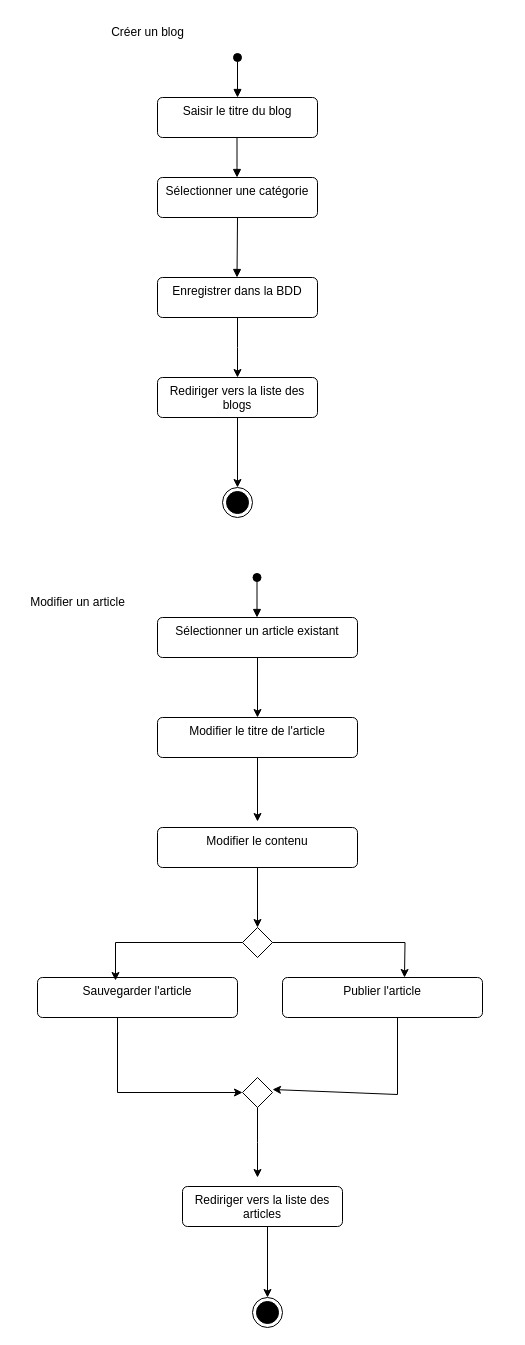
Before: page "Diagramme d'activité" (6 of 9) of Diagramme sans nom.drawio in Ali0908/BDD_UML, a draw.io diagram. Source tidied: cells renumbered, new cells numbered last; positions are measured from the earlier drawing's top-left corner, leaving out a move shared by most shapes. Both pictures are drawn from the tidied source at 100%, with x=0, y=0 at pixel (17, 17).
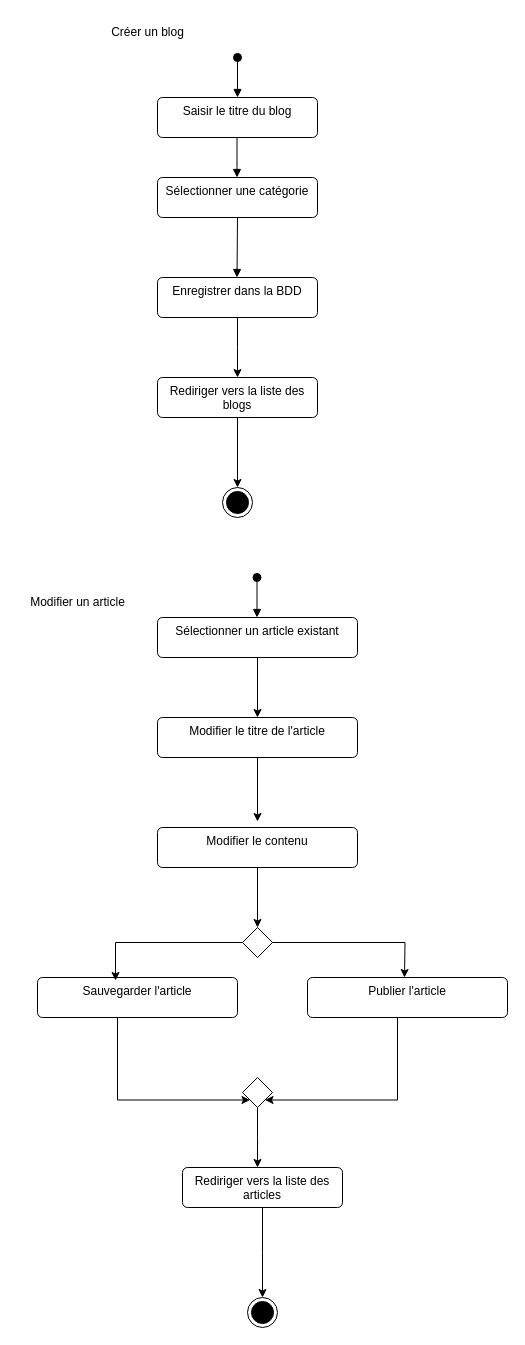
Above is the later version.

Commit message:
MAJ diagramme d'activité

The change refers to these unchanged cells:
```xml
<mxCell id="20" value="Sauvegarder l'article" style="html=1;align=center;verticalAlign=top;rounded=1;absoluteArcSize=1;arcSize=10;dashed=0;whiteSpace=wrap;" parent="1" vertex="1">
  <mxGeometry x="20" y="960" width="200" height="40" as="geometry" />
</mxCell>
<mxCell id="31" style="rhombus;" parent="1" vertex="1">
  <mxGeometry x="225" y="1060" width="30" height="30" as="geometry" />
</mxCell>
```

Change to the diagram source:
```diff
@@
-    <mxCell id="19" style="edgeStyle=orthogonalEdgeStyle;rounded=0;jettySize=auto;html=1;entryX=0;entryY=0.5;entryDx=0;entryDy=0;" parent="1" edge="1" source="20" target="31">
+    <mxCell id="19" style="edgeStyle=orthogonalEdgeStyle;rounded=0;jettySize=auto;html=1;entryX=0;entryY=1;entryDx=0;entryDy=0;" parent="1" edge="1" source="20" target="31">
       <mxGeometry relative="1" as="geometry">
         <Array as="points">
-          <mxPoint x="100" y="1075" />
+          <mxPoint x="100" y="1083" />
         </Array>
       </mxGeometry>
     </mxCell>
@@
+    <mxCell id="33" style="edgeStyle=orthogonalEdgeStyle;rounded=0;jettySize=auto;html=1;entryX=1;entryY=1;entryDx=0;entryDy=0;" parent="1" edge="1" source="21" target="31">
+      <mxGeometry relative="1" as="geometry">
+        <Array as="points">
+          <mxPoint x="380" y="1083" />
+        </Array>
+      </mxGeometry>
+    </mxCell>
     <mxCell id="21" value="Publier l'article" style="html=1;align=center;verticalAlign=top;rounded=1;absoluteArcSize=1;arcSize=10;dashed=0;whiteSpace=wrap;" parent="1" vertex="1">
-      <mxGeometry x="265" y="960" width="200" height="40" as="geometry" />
+      <mxGeometry x="290" y="960" width="200" height="40" as="geometry" />
     </mxCell>
     <mxCell id="22" style="ellipse;html=1;shape=endState;fillColor=strokeColor;" parent="1" vertex="1">
-      <mxGeometry x="235" y="1280" width="30" height="30" as="geometry" />
+      <mxGeometry x="230" y="1280" width="30" height="30" as="geometry" />
     </mxCell>
-    <mxCell id="23" style="edgeStyle=orthogonalEdgeStyle;rounded=0;jettySize=auto;html=1;entryX=0.5;entryY=0;entryDx=0;entryDy=0;" parent="1" edge="1" source="24" target="22">
-      <mxGeometry relative="1" as="geometry">
-        <Array as="points">
-          <mxPoint x="250" y="1280" />
-        </Array>
-      </mxGeometry>
-    </mxCell>
+    <mxCell id="34" style="edgeStyle=orthogonalEdgeStyle;rounded=0;jettySize=auto;html=1;" parent="1" edge="1" source="24">
+      <mxGeometry relative="1" as="geometry">
+        <mxPoint x="245" y="1280" as="targetPoint" />
+      </mxGeometry>
+    </mxCell>
     <mxCell id="24" value="Rediriger vers la liste des articles" style="html=1;align=center;verticalAlign=top;rounded=1;absoluteArcSize=1;arcSize=10;dashed=0;whiteSpace=wrap;" parent="1" vertex="1">
-      <mxGeometry x="165" y="1169" width="160" height="40" as="geometry" />
+      <mxGeometry x="165" y="1150" width="160" height="40" as="geometry" />
     </mxCell>
@@
-    <mxCell id="30" style="edgeStyle=orthogonalEdgeStyle;rounded=0;jettySize=auto;html=1;exitX=0.5;exitY=1;exitDx=0;exitDy=0;" parent="1" edge="1" source="31">
-      <mxGeometry relative="1" as="geometry">
-        <mxPoint x="240" y="1160" as="targetPoint" />
-      </mxGeometry>
-    </mxCell>
+    <mxCell id="35" style="edgeStyle=orthogonalEdgeStyle;rounded=0;jettySize=auto;html=1;" parent="1" edge="1" source="31">
+      <mxGeometry relative="1" as="geometry">
+        <mxPoint x="240" y="1150" as="targetPoint" />
+      </mxGeometry>
+    </mxCell>
@@
-    <mxCell id="32" style="endArrow=classic;html=1;rounded=0;exitX=0.575;exitY=1.075;exitDx=0;exitDy=0;exitPerimeter=0;entryX=1;entryY=0.5;entryDx=0;entryDy=0;" parent="1" edge="1">
-      <mxGeometry relative="1" as="geometry">
-        <mxPoint x="380" y="1000" as="sourcePoint" />
-        <mxPoint x="255" y="1072" as="targetPoint" />
-        <Array as="points">
-          <mxPoint x="380" y="1077" />
-        </Array>
-      </mxGeometry>
-    </mxCell>
```
